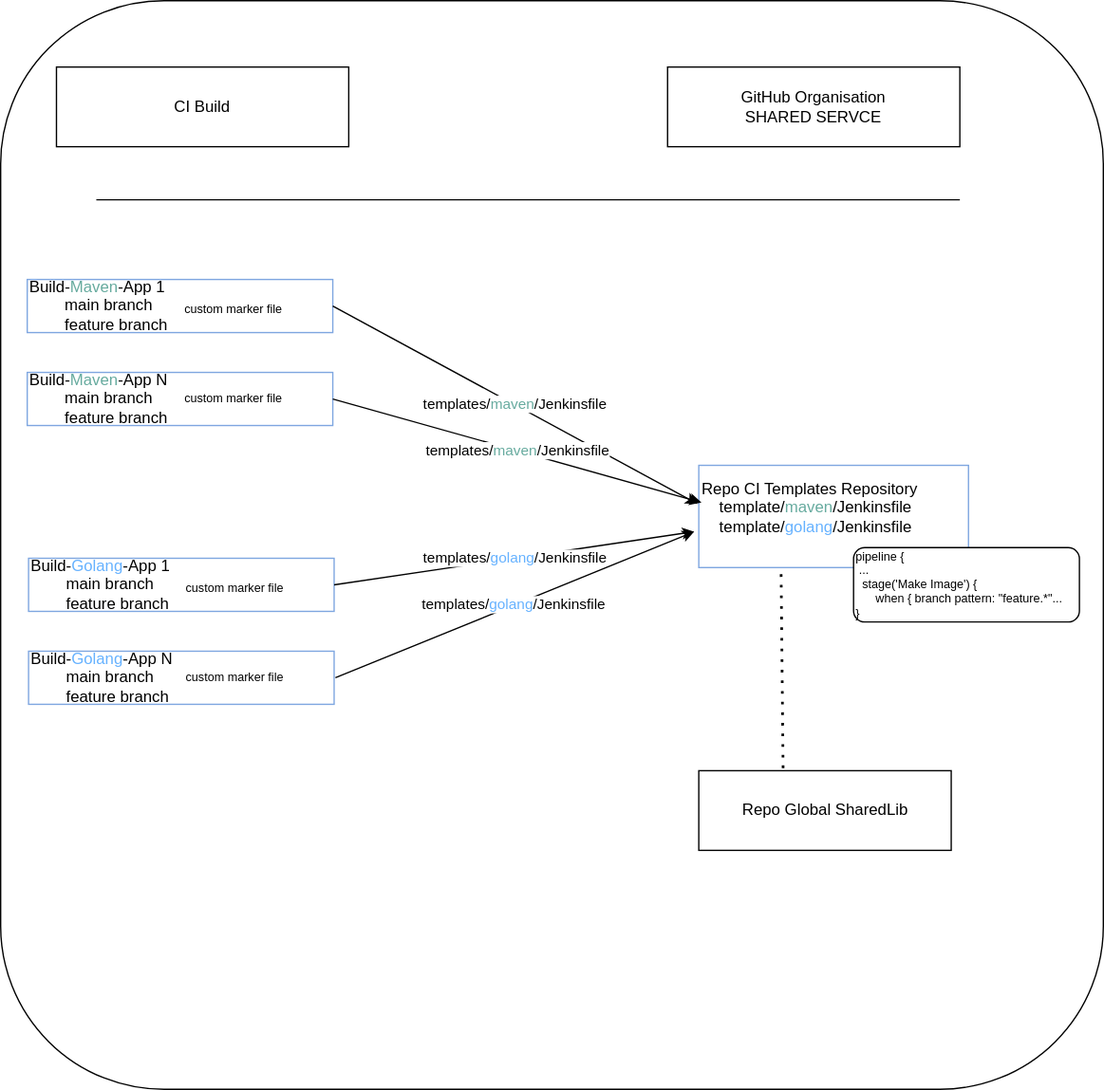
Before: images/CI-Diagramms-CustomMarkerFiles.drawio.svg, a diagram exported from draw.io (cb-ci-templates/ci-templates). Source tidied: cells renumbered, new cells last; positions are measured from the earlier drawing's top-left corner, leaving out a move shared by most shapes.
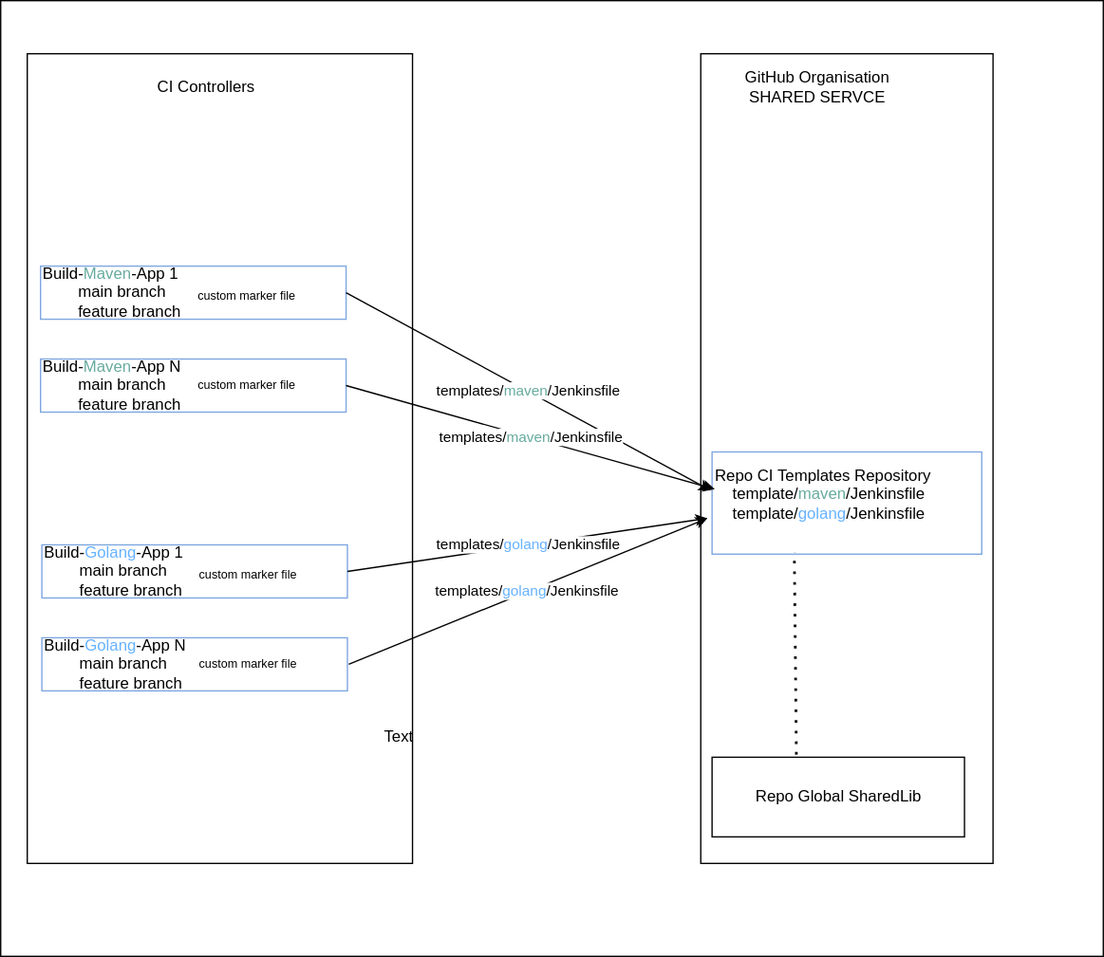
After the change.

What changed in the source:
```diff
@@ -2,18 +2,21 @@
   <root>
     <mxCell id="0" />
     <mxCell id="1" parent="0" />
+    <mxCell id="22" style="rounded=0;whiteSpace=wrap;html=1;fillColor=none;verticalAlign=top;align=left;" parent="1" vertex="1">
+      <mxGeometry x="-10" y="10" width="830" height="720" as="geometry" />
+    </mxCell>
+    <mxCell id="10" style="whiteSpace=wrap;html=1;" parent="1" vertex="1">
+      <mxGeometry x="517" y="50" width="220" height="610" as="geometry" />
+    </mxCell>
+    <mxCell id="9" style="whiteSpace=wrap;html=1;align=left;" parent="1" vertex="1">
+      <mxGeometry x="10" y="50" width="290" height="610" as="geometry" />
+    </mxCell>
     <mxCell id="2" value="Build-&lt;font color=&quot;#67ab9f&quot;&gt;Maven&lt;/font&gt;-App 1&lt;br&gt;&lt;span style=&quot;white-space: pre&quot;&gt;&#9;&lt;/span&gt;main branch&lt;br&gt;&lt;span style=&quot;white-space: pre&quot;&gt;&#9;&lt;/span&gt;feature branch" style="rounded=0;whiteSpace=wrap;html=1;strokeColor=#7EA6E0;align=left;" parent="1" vertex="1">
       <mxGeometry x="20" y="210" width="230" height="40" as="geometry" />
     </mxCell>
     <mxCell id="3" value="Build-&lt;font color=&quot;#67ab9f&quot;&gt;Maven&lt;/font&gt;-App N&lt;br&gt;&lt;span style=&quot;white-space: pre&quot;&gt;&#9;&lt;/span&gt;main branch&lt;br&gt;&lt;span style=&quot;white-space: pre&quot;&gt;&#9;&lt;/span&gt;feature branch" style="rounded=0;whiteSpace=wrap;html=1;strokeColor=#7EA6E0;align=left;" parent="1" vertex="1">
       <mxGeometry x="20" y="280" width="230" height="40" as="geometry" />
     </mxCell>
-    <mxCell id="4" style="endArrow=none;html=1;rounded=0;" parent="1" edge="1">
-      <mxGeometry relative="1" as="geometry">
-        <mxPoint x="72" y="150" as="sourcePoint" />
-        <mxPoint x="722" y="150" as="targetPoint" />
-      </mxGeometry>
-    </mxCell>
     <mxCell id="5" value="Repo CI Templates Repository&lt;br&gt;&lt;span style=&quot;&quot;&gt;&lt;span style=&quot;white-space: pre;&quot;&gt;&amp;nbsp;&amp;nbsp;&amp;nbsp;&amp;nbsp;&lt;/span&gt;&lt;/span&gt;template/&lt;font color=&quot;#67ab9f&quot;&gt;maven&lt;/font&gt;/Jenkinsfile&lt;br&gt;&lt;span style=&quot;&quot;&gt;&lt;span style=&quot;white-space: pre;&quot;&gt;&amp;nbsp;&amp;nbsp;&amp;nbsp;&amp;nbsp;&lt;/span&gt;&lt;/span&gt;template/&lt;font color=&quot;#66b2ff&quot;&gt;golang&lt;/font&gt;/Jenkinsfile&lt;br&gt;&lt;span style=&quot;&quot;&gt;&lt;span style=&quot;&quot;&gt;&amp;nbsp; &amp;nbsp;&amp;nbsp;&lt;span style=&quot;&quot;&gt;&lt;span style=&quot;white-space: pre;&quot;&gt;&amp;nbsp;&amp;nbsp;&amp;nbsp;&amp;nbsp;&lt;/span&gt;&lt;/span&gt;&lt;/span&gt;&lt;/span&gt;" style="rounded=0;whiteSpace=wrap;html=1;strokeColor=#7EA6E0;align=left;" parent="1" vertex="1">
       <mxGeometry x="525.5" y="350" width="203" height="77" as="geometry" />
     </mxCell>
@@ -23,15 +26,6 @@
     <mxCell id="7" value="custom marker file" style="text;html=1;align=center;verticalAlign=middle;strokeColor=none;fillColor=none;fontSize=9;" parent="1" vertex="1">
       <mxGeometry x="130" y="290" width="90" height="20" as="geometry" />
     </mxCell>
-    <mxCell id="8" value="&lt;div&gt;pipeline {&lt;/div&gt;&lt;div&gt;&amp;nbsp;...&amp;nbsp;&amp;nbsp;&lt;/div&gt;&lt;div&gt;&amp;nbsp; stage('Make Image') {&lt;br&gt;&lt;/div&gt;&lt;div&gt;&lt;span&gt;&lt;/span&gt;&amp;nbsp; &amp;nbsp; &amp;nbsp; when { branch pattern: &quot;feature.*&quot;...&lt;br&gt;&lt;/div&gt;&lt;div&gt;}&lt;/div&gt;" style="rounded=1;whiteSpace=wrap;html=1;fontSize=9;align=left;" parent="1" vertex="1">
-      <mxGeometry x="642" y="412" width="170" height="56" as="geometry" />
-    </mxCell>
-    <mxCell id="9" value="CI Build" style="whiteSpace=wrap;html=1;" parent="1" vertex="1">
-      <mxGeometry x="42" y="50" width="220" height="60" as="geometry" />
-    </mxCell>
-    <mxCell id="10" value="GitHub Organisation&lt;br&gt;SHARED SERVCE" style="whiteSpace=wrap;html=1;" parent="1" vertex="1">
-      <mxGeometry x="502" y="50" width="220" height="60" as="geometry" />
-    </mxCell>
     <mxCell id="11" value="templates/&lt;font color=&quot;#67ab9f&quot;&gt;maven&lt;/font&gt;/Jenkinsfile" style="endArrow=classic;html=1;rounded=0;entryX=-0.005;entryY=0.377;entryDx=0;entryDy=0;entryPerimeter=0;exitX=1;exitY=0.5;exitDx=0;exitDy=0;" parent="1" edge="1" source="2" target="5">
       <mxGeometry relative="1" as="geometry" />
     </mxCell>
@@ -67,8 +61,14 @@
     <mxCell id="20" style="endArrow=none;dashed=1;html=1;dashPattern=1 3;strokeWidth=2;rounded=0;exitX=0.334;exitY=-0.033;exitDx=0;exitDy=0;exitPerimeter=0;entryX=0.305;entryY=0.987;entryDx=0;entryDy=0;entryPerimeter=0;" parent="1" edge="1" source="19" target="5">
       <mxGeometry relative="1" as="geometry" />
     </mxCell>
-    <mxCell id="21" style="rounded=1;whiteSpace=wrap;html=1;fillColor=none;" parent="1" vertex="1">
-      <mxGeometry width="830" height="820" as="geometry" />
-    </mxCell>
+    <mxCell id="23" value="Text" style="text;html=1;align=center;verticalAlign=middle;whiteSpace=wrap;rounded=0;" parent="1" vertex="1">
+      <mxGeometry x="260" y="550" width="60" height="30" as="geometry" />
+    </mxCell>
+    <mxCell id="24" value="GitHub Organisation&lt;br&gt;SHARED SERVCE" style="text;html=1;align=center;verticalAlign=middle;whiteSpace=wrap;rounded=0;" parent="1" vertex="1">
+      <mxGeometry x="520" y="60" width="170" height="30" as="geometry" />
+    </mxCell>
+    <mxCell id="25" value="CI Controllers" style="text;html=1;align=center;verticalAlign=middle;whiteSpace=wrap;rounded=0;" parent="1" vertex="1">
+      <mxGeometry x="60" y="60" width="170" height="30" as="geometry" />
+    </mxCell>
   </root>
 </mxGraphModel>
```
